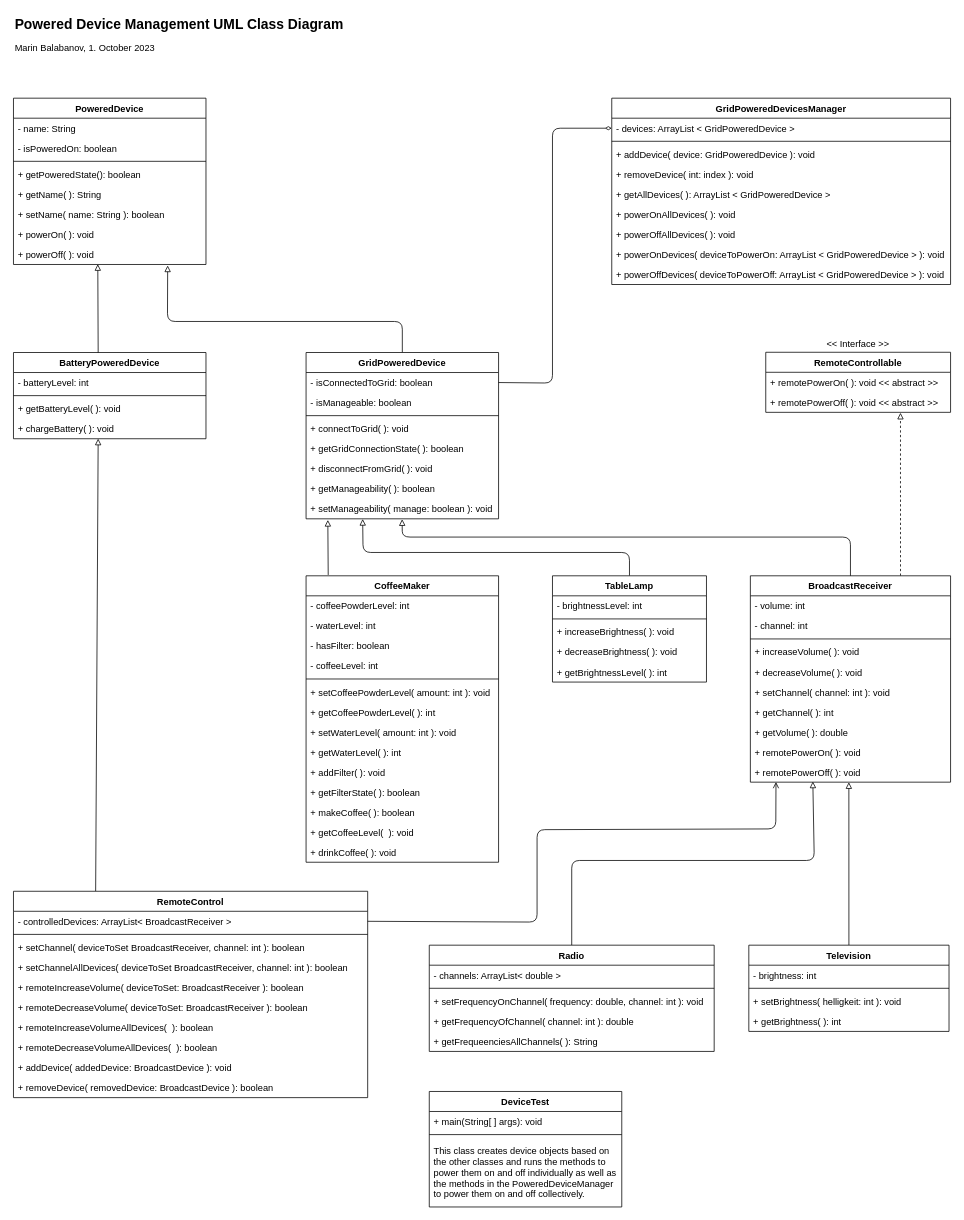
mbalabanov/Devices keeps this draw.io diagram as DevicesUML.drawio. Above is the earlier version. Source tidied: cells renumbered, new cells numbered last; positions are measured from the earlier drawing's top-left corner, leaving out a move shared by most shapes. Both pictures are drawn from the tidied source at 77%, with x=0, y=0 at pixel (13, 13).
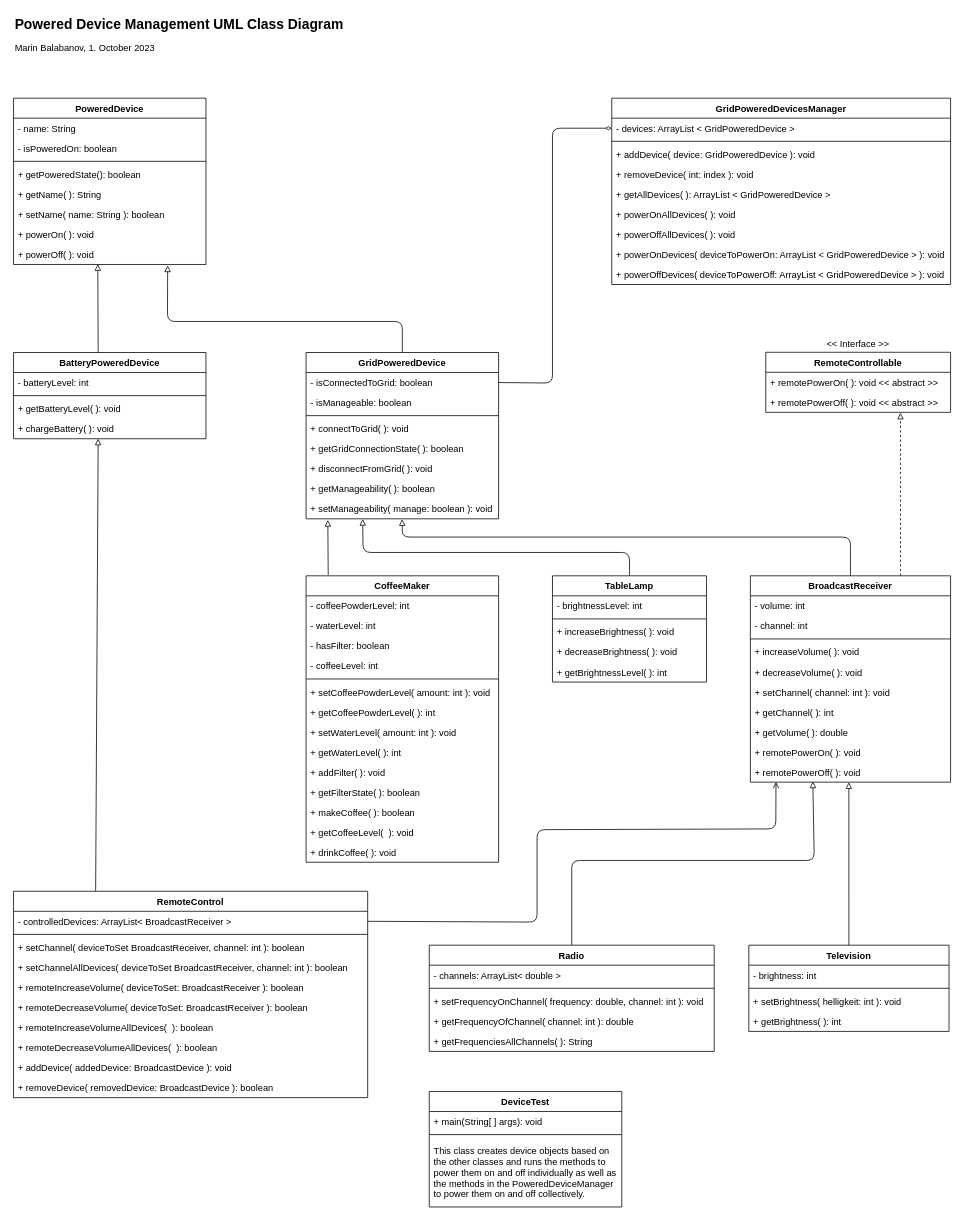
After the change.

Commit message (it also covers changes not shown here):
Corrects diagram

The change refers to these unchanged cells:
```xml
<mxCell id="13" value="Radio" style="swimlane;fontStyle=1;align=center;verticalAlign=top;horizontal=1;startSize=26;" parent="1" vertex="1">
  <mxGeometry x="540" y="1210" width="370" height="138" as="geometry" />
</mxCell>
```

What changed in the source:
```diff
@@
-    <mxCell id="18" value="+ getFrequeenciesAllChannels( ): String" style="text;strokeColor=none;fillColor=none;align=left;verticalAlign=top;spacingLeft=4;spacingRight=4;overflow=hidden;" parent="13" vertex="1">
+    <mxCell id="18" value="+ getFrequenciesAllChannels( ): String" style="text;strokeColor=none;fillColor=none;align=left;verticalAlign=top;spacingLeft=4;spacingRight=4;overflow=hidden;" parent="13" vertex="1">
       <mxGeometry y="112" width="370" height="26" as="geometry" />
     </mxCell>
```
